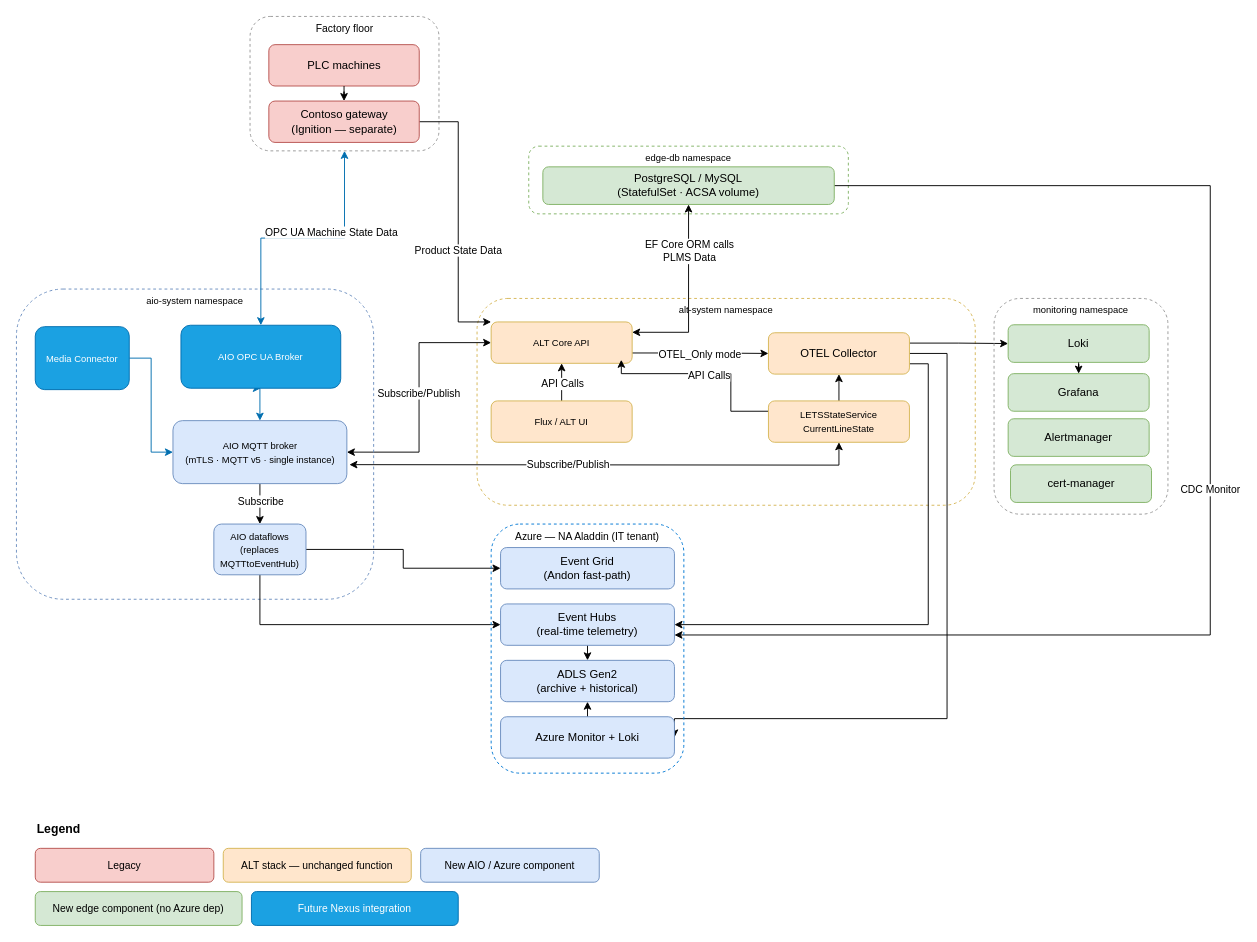
This is page "Dataflow" (2 of 5) of aio/AIO.drawio from avinashr-insight/manufacturing-iot, a draw.io file, before an edit. Source tidied: cells renumbered, new cells numbered last; positions are measured from the earlier drawing's top-left corner, leaving out a move shared by most shapes. Both pictures are drawn from the tidied source at 94%, with x=0, y=0 at pixel (16, 16).
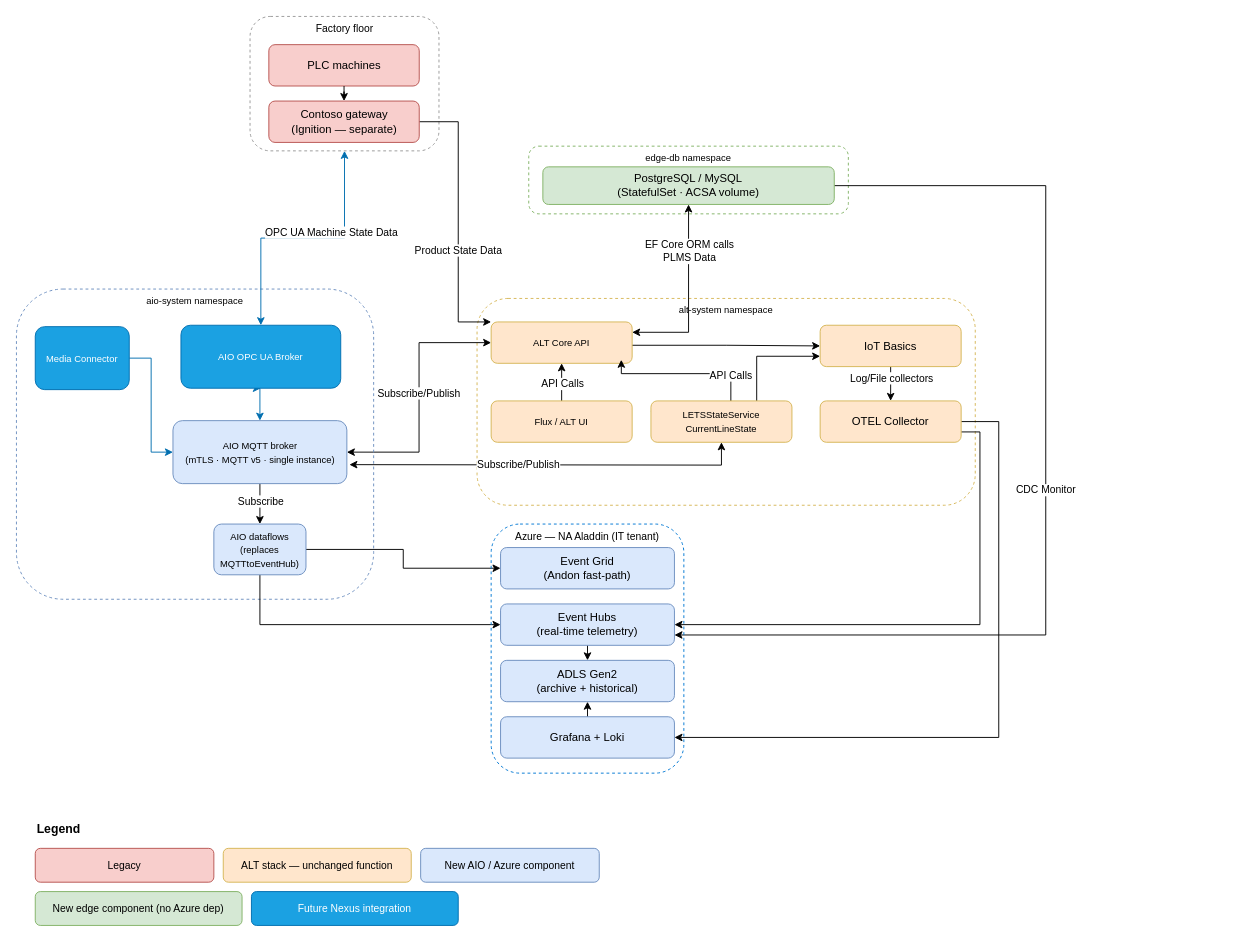
Above is the later version.

Commit message (it also covers changes not shown here):
Removed monitoring namespace readded IoT Basics, updated azure environment to reflect Grafana + Loki

The change refers to these unchanged cells:
```xml
<mxCell id="10" value="&lt;font style=&quot;font-size: 10px;&quot;&gt;ALT Core API&lt;/font&gt;" style="rounded=1;whiteSpace=wrap;html=1;fillColor=#ffe6cc;strokeColor=#d6b656;fontSize=12;" parent="1" vertex="1">
  <mxGeometry x="505" y="325" width="150" height="44" as="geometry" />
</mxCell>
<mxCell id="23" value="PostgreSQL / MySQL&#10;(StatefulSet · ACSA volume)" style="rounded=1;whiteSpace=wrap;html=1;fillColor=#d5e8d4;strokeColor=#82b366;fontSize=12;" parent="1" vertex="1">
  <mxGeometry x="560" y="160" width="310" height="40" as="geometry" />
</mxCell>
<mxCell id="50" value="Event Hubs&#10;(real-time telemetry)" style="rounded=1;whiteSpace=wrap;html=1;fillColor=#dae8fc;strokeColor=#6c8ebf;fontSize=12;" parent="1" vertex="1">
  <mxGeometry x="515" y="625" width="185" height="44" as="geometry" />
</mxCell>
```

Change to the diagram source:
```diff
@@
-    <mxCell id="8" style="edgeStyle=orthogonalEdgeStyle;rounded=0;jettySize=auto;html=1;exitX=1;exitY=0.75;exitDx=0;exitDy=0;entryX=0;entryY=0.5;entryDx=0;entryDy=0;" parent="1" edge="1" source="10" target="21">
+    <mxCell id="8" style="edgeStyle=orthogonalEdgeStyle;rounded=0;jettySize=auto;html=1;exitX=0.963;exitY=0.564;exitDx=0;exitDy=0;exitPerimeter=0;" parent="1" edge="1" source="10" target="67">
       <mxGeometry relative="1" as="geometry" />
     </mxCell>
-    <mxCell id="9" value="OTEL_Only mode" style="edgeLabel;html=1;align=center;verticalAlign=middle;" parent="8" vertex="1">
-      <mxGeometry x="-0.03" y="-1" relative="1" as="geometry" />
-    </mxCell>
@@
-    <mxCell id="14" style="edgeStyle=orthogonalEdgeStyle;rounded=0;jettySize=auto;html=1;exitX=0.5;exitY=0;exitDx=0;exitDy=0;entryX=0.5;entryY=1;entryDx=0;entryDy=0;" parent="1" edge="1" source="17" target="21">
-      <mxGeometry relative="1" as="geometry" />
-    </mxCell>
@@
+    <mxCell id="64" style="edgeStyle=orthogonalEdgeStyle;rounded=0;jettySize=auto;html=1;exitX=0.75;exitY=0;exitDx=0;exitDy=0;entryX=0;entryY=0.75;entryDx=0;entryDy=0;" parent="1" edge="1" source="17" target="67">
+      <mxGeometry relative="1" as="geometry" />
+    </mxCell>
     <mxCell id="17" value="&lt;font style=&quot;font-size: 10px;&quot;&gt;LETSStateService&lt;br&gt;CurrentLineState&lt;/font&gt;" style="rounded=1;whiteSpace=wrap;html=1;fillColor=#ffe6cc;strokeColor=#d6b656;fontSize=12;" parent="1" vertex="1">
-      <mxGeometry x="800" y="409" width="150" height="44" as="geometry" />
+      <mxGeometry x="675" y="409" width="150" height="44" as="geometry" />
     </mxCell>
@@
-    <mxCell id="19" style="edgeStyle=orthogonalEdgeStyle;rounded=0;jettySize=auto;html=1;exitX=1;exitY=0.25;exitDx=0;exitDy=0;entryX=0;entryY=0.5;entryDx=0;entryDy=0;" parent="1" edge="1" source="21" target="42">
-      <mxGeometry relative="1" as="geometry" />
-    </mxCell>
     <mxCell id="20" style="edgeStyle=orthogonalEdgeStyle;rounded=0;jettySize=auto;html=1;exitX=1;exitY=0.5;exitDx=0;exitDy=0;entryX=1;entryY=0.5;entryDx=0;entryDy=0;" parent="1" edge="1" source="21" target="53">
       <mxGeometry relative="1" as="geometry">
         <Array as="points">
-          <mxPoint x="990" y="359" />
-          <mxPoint x="990" y="747" />
+          <mxPoint x="1045" y="431" />
+          <mxPoint x="1045" y="767" />
         </Array>
       </mxGeometry>
     </mxCell>
     <mxCell id="21" value="OTEL Collector" style="rounded=1;whiteSpace=wrap;html=1;fillColor=#ffe6cc;strokeColor=#d6b656;fontSize=12;" parent="1" vertex="1">
-      <mxGeometry x="800" y="336.5" width="150" height="44" as="geometry" />
+      <mxGeometry x="855" y="409" width="150" height="44" as="geometry" />
     </mxCell>
     <mxCell id="22" value="CDC Monitor" style="edgeStyle=orthogonalEdgeStyle;rounded=0;jettySize=auto;html=1;exitX=1;exitY=0.5;exitDx=0;exitDy=0;entryX=1;entryY=0.75;entryDx=0;entryDy=0;" parent="1" edge="1" source="23" target="50">
       <mxGeometry relative="1" as="geometry">
         <Array as="points">
-          <mxPoint x="1270" y="180" />
-          <mxPoint x="1270" y="658" />
+          <mxPoint x="1095" y="180" />
+          <mxPoint x="1095" y="658" />
         </Array>
       </mxGeometry>
     </mxCell>
@@
-    <mxCell id="41" value="monitoring namespace" style="rounded=1;whiteSpace=wrap;html=1;fillColor=none;strokeColor=#999999;dashed=1;fontSize=10;verticalAlign=top;strokeWidth=1;" parent="1" vertex="1">
-      <mxGeometry x="1040" y="300" width="185" height="229.5" as="geometry" />
-    </mxCell>
-    <mxCell id="42" value="Loki" style="rounded=1;whiteSpace=wrap;html=1;fillColor=#d5e8d4;strokeColor=#82b366;fontSize=12;" parent="1" vertex="1">
-      <mxGeometry x="1055" y="328" width="150" height="40" as="geometry" />
-    </mxCell>
-    <mxCell id="43" value="Grafana" style="rounded=1;whiteSpace=wrap;html=1;fillColor=#d5e8d4;strokeColor=#82b366;fontSize=12;" parent="1" vertex="1">
-      <mxGeometry x="1055" y="380" width="150" height="40" as="geometry" />
-    </mxCell>
-    <mxCell id="44" value="Alertmanager" style="rounded=1;whiteSpace=wrap;html=1;fillColor=#d5e8d4;strokeColor=#82b366;fontSize=12;" parent="1" vertex="1">
-      <mxGeometry x="1055" y="428" width="150" height="40" as="geometry" />
-    </mxCell>
-    <mxCell id="45" value="cert-manager" style="rounded=1;whiteSpace=wrap;html=1;fillColor=#d5e8d4;strokeColor=#82b366;fontSize=12;" parent="1" vertex="1">
-      <mxGeometry x="1057.5" y="477" width="150" height="40" as="geometry" />
-    </mxCell>
-    <mxCell id="46" style="edgeStyle=orthogonalEdgeStyle;rounded=0;html=1;" parent="1" edge="1" source="42" target="43">
-      <mxGeometry relative="1" as="geometry" />
-    </mxCell>
@@
-    <mxCell id="53" value="Azure Monitor + Loki" style="rounded=1;whiteSpace=wrap;html=1;fillColor=#dae8fc;strokeColor=#6c8ebf;fontSize=12;" parent="1" vertex="1">
+    <mxCell id="53" value="Grafana + Loki" style="rounded=1;whiteSpace=wrap;html=1;fillColor=#dae8fc;strokeColor=#6c8ebf;fontSize=12;" parent="1" vertex="1">
       <mxGeometry x="515" y="745" width="185" height="44" as="geometry" />
     </mxCell>
@@
+    <mxCell id="65" style="edgeStyle=orthogonalEdgeStyle;rounded=0;jettySize=auto;html=1;exitX=0.5;exitY=1;exitDx=0;exitDy=0;entryX=0.5;entryY=0;entryDx=0;entryDy=0;" parent="1" edge="1" source="67" target="21">
+      <mxGeometry relative="1" as="geometry" />
+    </mxCell>
+    <mxCell id="66" value="Log/File collectors" style="edgeLabel;html=1;align=center;verticalAlign=middle;" parent="65" vertex="1">
+      <mxGeometry x="-0.35" y="1" relative="1" as="geometry">
+        <mxPoint x="-1" as="offset" />
+      </mxGeometry>
+    </mxCell>
+    <mxCell id="67" value="IoT Basics" style="rounded=1;whiteSpace=wrap;html=1;fillColor=#ffe6cc;strokeColor=#d6b656;fontSize=12;" parent="1" vertex="1">
+      <mxGeometry x="855" y="328.5" width="150" height="44" as="geometry" />
+    </mxCell>
```
